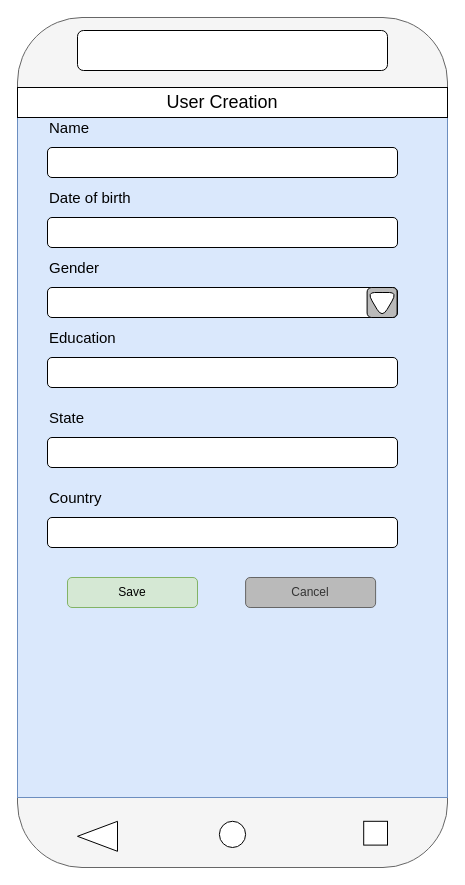
This is practiceform.drawio from vijaykalaiselvan/digrams, a draw.io file, before an edit. Source tidied: cells renumbered, new cells numbered last; positions are measured from the earlier drawing's top-left corner, leaving out a move shared by most shapes. Both pictures are drawn from the tidied source at 100%, with x=0, y=0 at pixel (17, 17).
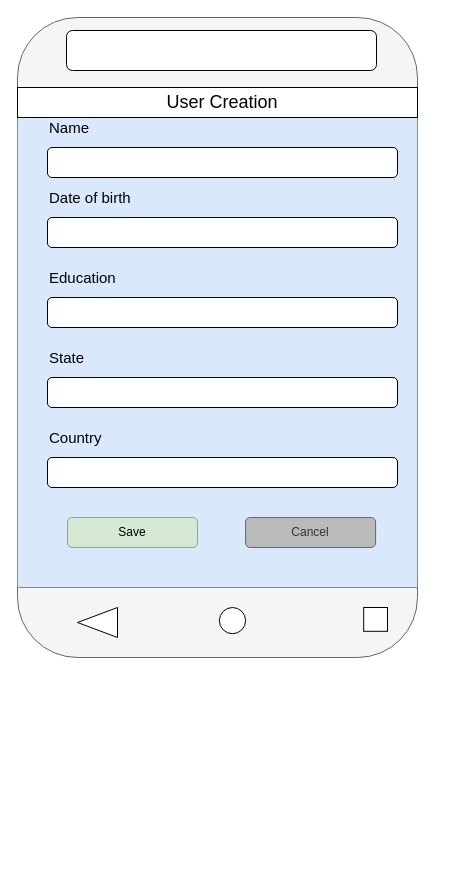
After the change.

What changed in the source:
```diff
@@
     <mxCell id="2" style="rounded=1;whiteSpace=wrap;html=1;fillColor=#f5f5f5;strokeColor=#666666;fontColor=#333333;" parent="1" vertex="1">
-      <mxGeometry width="430" height="850" as="geometry" />
+      <mxGeometry width="400" height="640" as="geometry" />
     </mxCell>
     <mxCell id="3" style="rounded=0;whiteSpace=wrap;html=1;fillColor=#dae8fc;strokeColor=#6c8ebf;" parent="1" vertex="1">
-      <mxGeometry y="70" width="430" height="710" as="geometry" />
+      <mxGeometry y="70" width="400" height="500" as="geometry" />
     </mxCell>
     <mxCell id="4" style="rounded=1;whiteSpace=wrap;html=1;" parent="1" vertex="1">
-      <mxGeometry x="60" y="13" width="310" height="40" as="geometry" />
+      <mxGeometry x="49" y="13" width="310" height="40" as="geometry" />
     </mxCell>
     <mxCell id="5" style="triangle;whiteSpace=wrap;html=1;rotation=-180;" parent="1" vertex="1">
-      <mxGeometry x="60" y="803.8" width="40" height="30" as="geometry" />
+      <mxGeometry x="60" y="590" width="40" height="30" as="geometry" />
     </mxCell>
     <mxCell id="6" style="ellipse;whiteSpace=wrap;html=1;" parent="1" vertex="1">
-      <mxGeometry x="201.9" y="803.8" width="26.2" height="26.2" as="geometry" />
+      <mxGeometry x="201.9" y="590" width="26.2" height="26.2" as="geometry" />
     </mxCell>
     <mxCell id="7" style="whiteSpace=wrap;html=1;" parent="1" vertex="1">
-      <mxGeometry x="346.2" y="803.8" width="23.8" height="23.8" as="geometry" />
+      <mxGeometry x="346.2" y="590" width="23.8" height="23.8" as="geometry" />
     </mxCell>
@@
-    <mxCell id="12" value="&lt;font style=&quot;font-size: 15px&quot;&gt;Gender&lt;/font&gt;" style="text;html=1;strokeColor=none;fillColor=none;align=left;verticalAlign=middle;whiteSpace=wrap;rounded=0;" parent="1" vertex="1">
-      <mxGeometry x="30" y="240" width="100" height="20" as="geometry" />
-    </mxCell>
-    <mxCell id="13" style="rounded=1;whiteSpace=wrap;html=1;" parent="1" vertex="1">
-      <mxGeometry x="30" y="270" width="350" height="30" as="geometry" />
-    </mxCell>
     <mxCell id="14" value="&lt;font style=&quot;font-size: 15px&quot;&gt;Education&lt;/font&gt;" style="text;html=1;strokeColor=none;fillColor=none;align=left;verticalAlign=middle;whiteSpace=wrap;rounded=0;" parent="1" vertex="1">
-      <mxGeometry x="30" y="310" width="100" height="20" as="geometry" />
+      <mxGeometry x="30" y="250" width="100" height="20" as="geometry" />
     </mxCell>
     <mxCell id="15" style="rounded=1;whiteSpace=wrap;html=1;" parent="1" vertex="1">
-      <mxGeometry x="30" y="340" width="350" height="30" as="geometry" />
+      <mxGeometry x="30" y="280" width="350" height="30" as="geometry" />
     </mxCell>
     <mxCell id="16" value="&lt;span style=&quot;font-size: 15px&quot;&gt;State&lt;/span&gt;" style="text;html=1;strokeColor=none;fillColor=none;align=left;verticalAlign=middle;whiteSpace=wrap;rounded=0;" parent="1" vertex="1">
-      <mxGeometry x="30" y="390" width="100" height="20" as="geometry" />
+      <mxGeometry x="30" y="330" width="100" height="20" as="geometry" />
     </mxCell>
     <mxCell id="17" style="rounded=1;whiteSpace=wrap;html=1;" parent="1" vertex="1">
-      <mxGeometry x="30" y="420" width="350" height="30" as="geometry" />
+      <mxGeometry x="30" y="360" width="350" height="30" as="geometry" />
     </mxCell>
     <mxCell id="18" style="rounded=0;whiteSpace=wrap;html=1;" parent="1" vertex="1">
-      <mxGeometry y="70" width="430" height="30" as="geometry" />
+      <mxGeometry y="70" width="400" height="30" as="geometry" />
     </mxCell>
@@
     <mxCell id="20" value="&lt;span style=&quot;font-size: 15px&quot;&gt;Country&lt;/span&gt;" style="text;html=1;strokeColor=none;fillColor=none;align=left;verticalAlign=middle;whiteSpace=wrap;rounded=0;" parent="1" vertex="1">
-      <mxGeometry x="30" y="470" width="100" height="20" as="geometry" />
+      <mxGeometry x="30" y="410" width="100" height="20" as="geometry" />
     </mxCell>
     <mxCell id="21" style="rounded=1;whiteSpace=wrap;html=1;" parent="1" vertex="1">
-      <mxGeometry x="30" y="500" width="350" height="30" as="geometry" />
+      <mxGeometry x="30" y="440" width="350" height="30" as="geometry" />
     </mxCell>
     <mxCell id="22" value="Save" style="rounded=1;whiteSpace=wrap;html=1;fillColor=#d5e8d4;strokeColor=#82b366;" parent="1" vertex="1">
-      <mxGeometry x="50" y="560" width="130" height="30" as="geometry" />
+      <mxGeometry x="50" y="500" width="130" height="30" as="geometry" />
     </mxCell>
     <mxCell id="23" value="Cancel" style="rounded=1;whiteSpace=wrap;html=1;strokeColor=#666666;fontColor=#333333;fillColor=#BABABA;" parent="1" vertex="1">
-      <mxGeometry x="228.1" y="560" width="130" height="30" as="geometry" />
+      <mxGeometry x="228.1" y="500" width="130" height="30" as="geometry" />
     </mxCell>
-    <mxCell id="24" style="whiteSpace=wrap;html=1;fillColor=#BABABA;rounded=1;" parent="1" vertex="1">
-      <mxGeometry x="349.6" y="270" width="30" height="30" as="geometry" />
-    </mxCell>
-    <mxCell id="25" style="triangle;whiteSpace=wrap;html=1;rounded=1;rotation=90;" parent="1" vertex="1">
-      <mxGeometry x="351.9" y="272.7" width="25.4" height="30" as="geometry" />
-    </mxCell>
```
